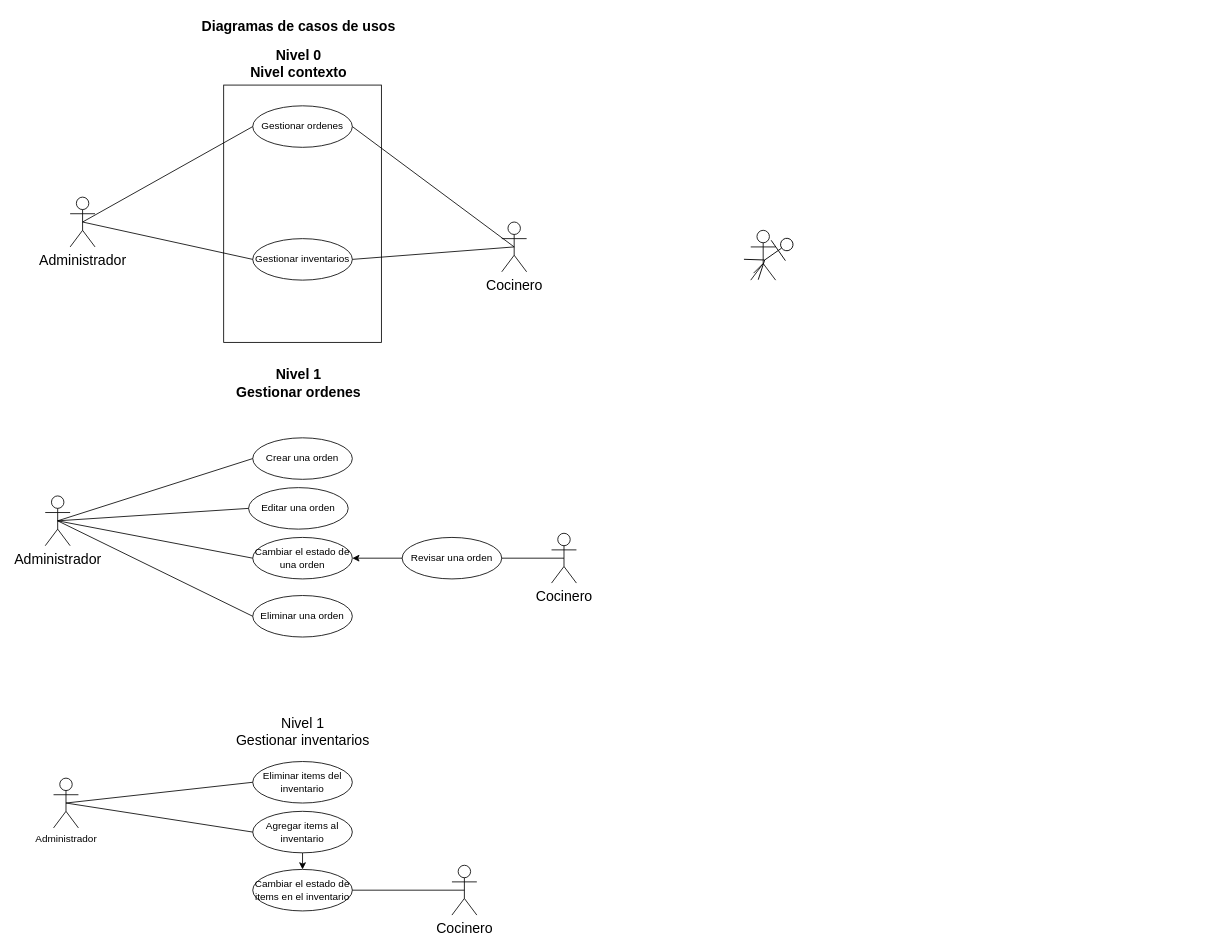
Above: Diagrama sin título.drawio in MarUser04/diagramas_SI2 (draw.io), before the change. Source tidied: cells renumbered, new cells numbered last; positions are measured from the earlier drawing's top-left corner, leaving out a move shared by most shapes. Both pictures are drawn from the tidied source at 83%, with x=0, y=0 at pixel (45, 14).
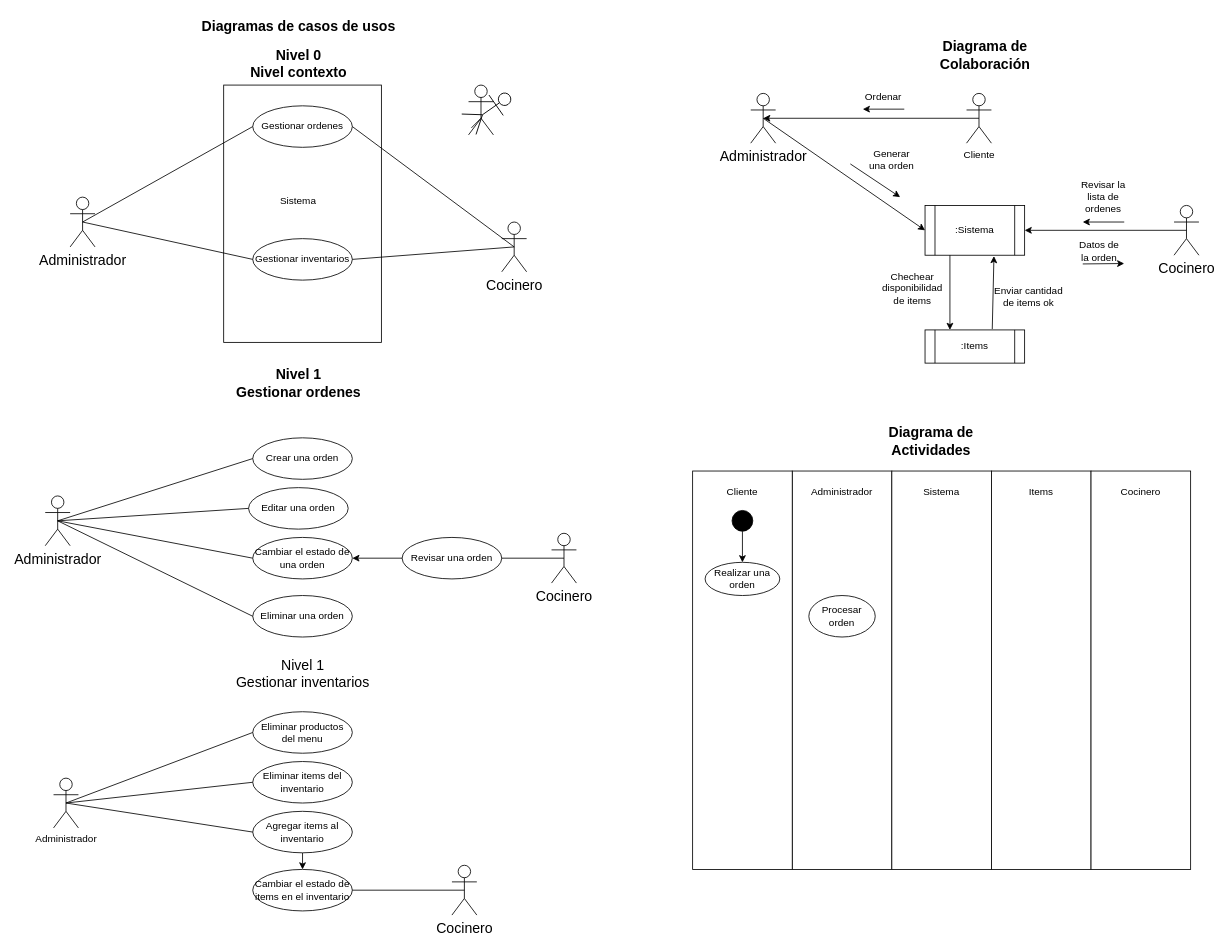
After the change.

Commit message:
colaboración/actividades

Unchanged cells that the change refers to:
```xml
<mxCell id="32" value="Administrador" style="shape=umlActor;verticalLabelPosition=bottom;verticalAlign=top;html=1;outlineConnect=0;" parent="1" vertex="1">
  <mxGeometry x="10" y="920" width="30" height="60" as="geometry" />
</mxCell>
```

The edit, as a diff of the source:
```diff
@@
+    <mxCell id="40" style="rounded=0;whiteSpace=wrap;html=1;" parent="1" vertex="1">
+      <mxGeometry x="900" y="550" width="120" height="480" as="geometry" />
+    </mxCell>
+    <mxCell id="41" style="rounded=0;whiteSpace=wrap;html=1;" parent="1" vertex="1">
+      <mxGeometry x="1020" y="550" width="120" height="480" as="geometry" />
+    </mxCell>
+    <mxCell id="42" style="rounded=0;whiteSpace=wrap;html=1;" parent="1" vertex="1">
+      <mxGeometry x="1140" y="550" width="120" height="480" as="geometry" />
+    </mxCell>
+    <mxCell id="43" style="rounded=0;whiteSpace=wrap;html=1;" parent="1" vertex="1">
+      <mxGeometry x="1260" y="550" width="120" height="480" as="geometry" />
+    </mxCell>
+    <mxCell id="44" style="rounded=0;whiteSpace=wrap;html=1;" parent="1" vertex="1">
+      <mxGeometry x="780" y="550" width="120" height="480" as="geometry" />
+    </mxCell>
@@
     <mxCell id="25" value="Nivel 1&lt;br&gt;Gestionar inventarios" style="text;html=1;align=center;verticalAlign=middle;strokeColor=none;fillColor=none;fontSize=17;" parent="1" vertex="1">
-      <mxGeometry x="220" y="840" width="180" height="50" as="geometry" />
+      <mxGeometry x="220" y="770" width="180" height="50" as="geometry" />
     </mxCell>
@@
     <mxCell id="36" style="shape=umlActor;verticalLabelPosition=bottom;verticalAlign=top;html=1;fontSize=17;" parent="1" vertex="1">
-      <mxGeometry x="850" y="260" width="30" height="60" as="geometry" />
+      <mxGeometry x="510" y="85" width="30" height="60" as="geometry" />
     </mxCell>
     <mxCell id="37" style="shape=umlActor;verticalLabelPosition=bottom;verticalAlign=top;html=1;outlineConnect=0;fontSize=17;rotation=55;" parent="1" vertex="1">
-      <mxGeometry x="860" y="260" width="30" height="60" as="geometry" />
+      <mxGeometry x="520" y="85" width="30" height="60" as="geometry" />
     </mxCell>
     <mxCell id="38" style="endArrow=none;html=1;rounded=0;fontSize=17;" parent="1" edge="1" target="37">
       <mxGeometry relative="1" as="geometry">
-        <mxPoint x="865" y="300" as="sourcePoint" />
+        <mxPoint x="525" y="125" as="sourcePoint" />
       </mxGeometry>
     </mxCell>
@@
+    <mxCell id="45" value="Administrador" style="shape=umlActor;verticalLabelPosition=bottom;verticalAlign=top;html=1;outlineConnect=0;fontSize=17;" parent="1" vertex="1">
+      <mxGeometry x="850" y="95" width="30" height="60" as="geometry" />
+    </mxCell>
+    <mxCell id="46" value="Cliente" style="shape=umlActor;verticalLabelPosition=bottom;verticalAlign=top;html=1;outlineConnect=0;" parent="1" vertex="1">
+      <mxGeometry x="1110" y="95" width="30" height="60" as="geometry" />
+    </mxCell>
+    <mxCell id="47" style="endArrow=classic;html=1;rounded=0;exitX=0.5;exitY=0.5;exitDx=0;exitDy=0;exitPerimeter=0;entryX=0.5;entryY=0.5;entryDx=0;entryDy=0;entryPerimeter=0;" parent="1" edge="1" source="46" target="45">
+      <mxGeometry relative="1" as="geometry" />
+    </mxCell>
+    <mxCell id="48" style="endArrow=classic;html=1;rounded=0;" parent="1" edge="1">
+      <mxGeometry relative="1" as="geometry">
+        <mxPoint x="1035" y="114" as="sourcePoint" />
+        <mxPoint x="985" y="114" as="targetPoint" />
+      </mxGeometry>
+    </mxCell>
+    <mxCell id="49" value="Ordenar" style="text;html=1;strokeColor=none;fillColor=none;align=center;verticalAlign=middle;whiteSpace=wrap;rounded=0;" parent="1" vertex="1">
+      <mxGeometry x="980" y="85" width="60" height="30" as="geometry" />
+    </mxCell>
+    <mxCell id="50" value=":Sistema" style="shape=process;whiteSpace=wrap;html=1;backgroundOutline=1;" parent="1" vertex="1">
+      <mxGeometry x="1060" y="230" width="120" height="60" as="geometry" />
+    </mxCell>
+    <mxCell id="51" style="endArrow=classic;html=1;rounded=0;exitX=0.5;exitY=0.5;exitDx=0;exitDy=0;exitPerimeter=0;entryX=0;entryY=0.5;entryDx=0;entryDy=0;" parent="1" edge="1" source="45" target="50">
+      <mxGeometry relative="1" as="geometry" />
+    </mxCell>
+    <mxCell id="52" value="Generar una orden" style="text;html=1;strokeColor=none;fillColor=none;align=center;verticalAlign=middle;whiteSpace=wrap;rounded=0;rotation=0;" parent="1" vertex="1">
+      <mxGeometry x="990" y="160" width="60" height="30" as="geometry" />
+    </mxCell>
+    <mxCell id="53" style="endArrow=classic;html=1;rounded=0;" parent="1" edge="1">
+      <mxGeometry relative="1" as="geometry">
+        <mxPoint x="970" y="180" as="sourcePoint" />
+        <mxPoint x="1030" y="220" as="targetPoint" />
+      </mxGeometry>
+    </mxCell>
+    <mxCell id="54" value="Cocinero" style="shape=umlActor;verticalLabelPosition=bottom;verticalAlign=top;html=1;outlineConnect=0;fontSize=17;" parent="1" vertex="1">
+      <mxGeometry x="1360" y="230" width="30" height="60" as="geometry" />
+    </mxCell>
+    <mxCell id="55" value="Sistema" style="text;html=1;strokeColor=none;fillColor=none;align=center;verticalAlign=middle;whiteSpace=wrap;rounded=0;" parent="1" vertex="1">
+      <mxGeometry x="275" y="210" width="60" height="30" as="geometry" />
+    </mxCell>
+    <mxCell id="56" style="endArrow=classic;html=1;rounded=0;entryX=1;entryY=0.5;entryDx=0;entryDy=0;exitX=0.5;exitY=0.5;exitDx=0;exitDy=0;exitPerimeter=0;" parent="1" edge="1" source="54" target="50">
+      <mxGeometry relative="1" as="geometry" />
+    </mxCell>
+    <mxCell id="57" value="Revisar la lista de ordenes" style="text;html=1;strokeColor=none;fillColor=none;align=center;verticalAlign=middle;whiteSpace=wrap;rounded=0;" parent="1" vertex="1">
+      <mxGeometry x="1240" y="200" width="70" height="40" as="geometry" />
+    </mxCell>
+    <mxCell id="58" style="endArrow=classic;html=1;rounded=0;" parent="1" edge="1">
+      <mxGeometry relative="1" as="geometry">
+        <mxPoint x="1300" y="250" as="sourcePoint" />
+        <mxPoint x="1250" y="250" as="targetPoint" />
+      </mxGeometry>
+    </mxCell>
+    <mxCell id="59" style="endArrow=classic;html=1;rounded=0;startArrow=none;" parent="1" edge="1">
+      <mxGeometry relative="1" as="geometry">
+        <mxPoint x="1250" y="300.5" as="sourcePoint" />
+        <mxPoint x="1300" y="300" as="targetPoint" />
+      </mxGeometry>
+    </mxCell>
+    <mxCell id="60" value="Datos de la orden" style="text;html=1;strokeColor=none;fillColor=none;align=center;verticalAlign=middle;whiteSpace=wrap;rounded=0;" parent="1" vertex="1">
+      <mxGeometry x="1240" y="270" width="60" height="30" as="geometry" />
+    </mxCell>
+    <mxCell id="61" value="Eliminar productos del menu" style="ellipse;whiteSpace=wrap;html=1;" parent="1" vertex="1">
+      <mxGeometry x="250" y="840" width="120" height="50" as="geometry" />
+    </mxCell>
+    <mxCell id="62" style="endArrow=none;html=1;rounded=0;fontSize=17;exitX=0.5;exitY=0.5;exitDx=0;exitDy=0;exitPerimeter=0;entryX=0;entryY=0.5;entryDx=0;entryDy=0;" parent="1" edge="1" source="32" target="61">
+      <mxGeometry relative="1" as="geometry" />
+    </mxCell>
+    <mxCell id="63" value=":Items" style="shape=process;whiteSpace=wrap;html=1;backgroundOutline=1;" parent="1" vertex="1">
+      <mxGeometry x="1060" y="380" width="120" height="40" as="geometry" />
+    </mxCell>
+    <mxCell id="64" style="endArrow=classic;html=1;rounded=0;entryX=0.25;entryY=0;entryDx=0;entryDy=0;exitX=0.25;exitY=1;exitDx=0;exitDy=0;" parent="1" edge="1" source="50" target="63">
+      <mxGeometry relative="1" as="geometry" />
+    </mxCell>
+    <mxCell id="65" style="endArrow=classic;html=1;rounded=0;exitX=0.675;exitY=-0.025;exitDx=0;exitDy=0;exitPerimeter=0;entryX=0.692;entryY=1.017;entryDx=0;entryDy=0;entryPerimeter=0;" parent="1" edge="1" source="63" target="50">
+      <mxGeometry relative="1" as="geometry" />
+    </mxCell>
+    <mxCell id="66" value="Chechear disponibilidad de items" style="text;html=1;strokeColor=none;fillColor=none;align=center;verticalAlign=middle;whiteSpace=wrap;rounded=0;rotation=0;" parent="1" vertex="1">
+      <mxGeometry x="1000" y="310" width="90" height="40" as="geometry" />
+    </mxCell>
+    <mxCell id="67" value="Enviar cantidad de items ok" style="text;html=1;strokeColor=none;fillColor=none;align=center;verticalAlign=middle;whiteSpace=wrap;rounded=0;rotation=0;" parent="1" vertex="1">
+      <mxGeometry x="1140" y="320" width="90" height="40" as="geometry" />
+    </mxCell>
+    <mxCell id="68" value="Administrador" style="text;html=1;strokeColor=none;fillColor=none;align=center;verticalAlign=middle;whiteSpace=wrap;rounded=0;" parent="1" vertex="1">
+      <mxGeometry x="930" y="560" width="60" height="30" as="geometry" />
+    </mxCell>
+    <mxCell id="69" value="Sistema" style="text;html=1;strokeColor=none;fillColor=none;align=center;verticalAlign=middle;whiteSpace=wrap;rounded=0;" parent="1" vertex="1">
+      <mxGeometry x="1050" y="560" width="60" height="30" as="geometry" />
+    </mxCell>
+    <mxCell id="70" value="Cocinero" style="text;html=1;strokeColor=none;fillColor=none;align=center;verticalAlign=middle;whiteSpace=wrap;rounded=0;" parent="1" vertex="1">
+      <mxGeometry x="1290" y="560" width="60" height="30" as="geometry" />
+    </mxCell>
+    <mxCell id="71" value="Items" style="text;html=1;strokeColor=none;fillColor=none;align=center;verticalAlign=middle;whiteSpace=wrap;rounded=0;" parent="1" vertex="1">
+      <mxGeometry x="1170" y="560" width="60" height="30" as="geometry" />
+    </mxCell>
+    <mxCell id="72" style="ellipse;whiteSpace=wrap;html=1;strokeColor=#000000;fillColor=#000000;" parent="1" vertex="1">
+      <mxGeometry x="827.5" y="597.5" width="25" height="25" as="geometry" />
+    </mxCell>
+    <mxCell id="73" value="Cliente" style="text;html=1;strokeColor=none;fillColor=none;align=center;verticalAlign=middle;whiteSpace=wrap;rounded=0;" parent="1" vertex="1">
+      <mxGeometry x="810" y="560" width="60" height="30" as="geometry" />
+    </mxCell>
+    <mxCell id="74" value="Realizar una orden" style="ellipse;whiteSpace=wrap;html=1;strokeColor=#000000;fillColor=#FFFFFF;" parent="1" vertex="1">
+      <mxGeometry x="795" y="660" width="90" height="40" as="geometry" />
+    </mxCell>
+    <mxCell id="75" style="endArrow=classic;html=1;rounded=0;exitX=0.5;exitY=1;exitDx=0;exitDy=0;entryX=0.5;entryY=0;entryDx=0;entryDy=0;" parent="1" edge="1" source="72" target="74">
+      <mxGeometry relative="1" as="geometry" />
+    </mxCell>
+    <mxCell id="76" value="Procesar orden" style="ellipse;whiteSpace=wrap;html=1;strokeColor=#000000;fillColor=#FFFFFF;" parent="1" vertex="1">
+      <mxGeometry x="920" y="700" width="80" height="50" as="geometry" />
+    </mxCell>
+    <mxCell id="77" value="Diagrama de Actividades" style="text;html=1;strokeColor=none;fillColor=none;align=center;verticalAlign=middle;whiteSpace=wrap;rounded=0;fontSize=17;fontStyle=1;" parent="1" vertex="1">
+      <mxGeometry x="995" y="495" width="145" height="40" as="geometry" />
+    </mxCell>
+    <mxCell id="78" value="Diagrama de Colaboración" style="text;html=1;strokeColor=none;fillColor=none;align=center;verticalAlign=middle;whiteSpace=wrap;rounded=0;fontSize=17;fontStyle=1;" parent="1" vertex="1">
+      <mxGeometry x="1060" y="30" width="145" height="40" as="geometry" />
+    </mxCell>
```
